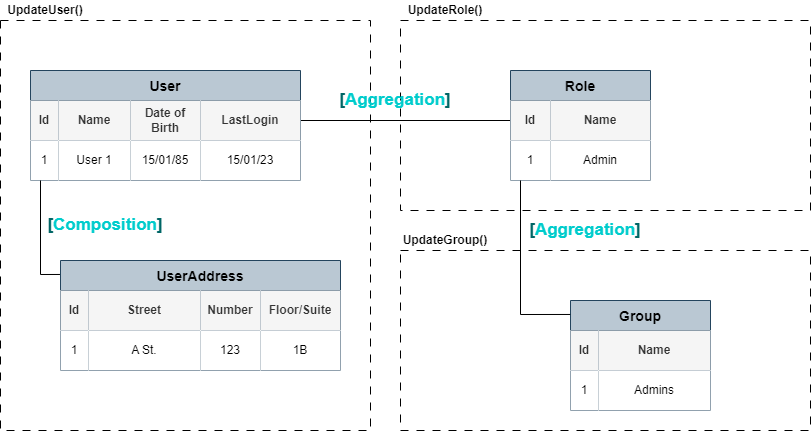
leonardoporro/Detached-Mapper keeps this draw.io diagram as docs/Associations.png. Above is the earlier version. Source tidied: cells renumbered, new cells last; positions are measured from the earlier drawing's top-left corner, leaving out a move shared by most shapes.
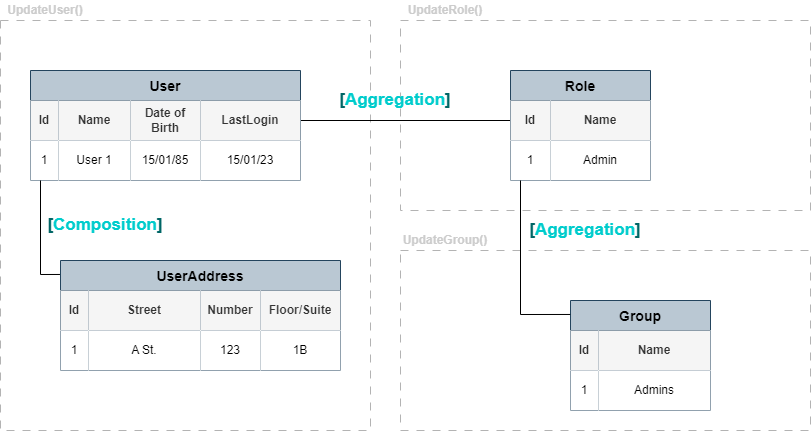
Later version of the same file.

Diff of the diagram source:
```diff
@@ -2,13 +2,13 @@
   <root>
     <mxCell id="0" />
     <mxCell id="1" parent="0" />
-    <mxCell id="2" style="rounded=0;whiteSpace=wrap;html=1;dashed=1;dashPattern=8 8;fillColor=none;" parent="1" vertex="1">
+    <mxCell id="2" style="rounded=0;whiteSpace=wrap;html=1;dashed=1;dashPattern=8 8;fillColor=none;fontColor=#CCCCCC;strokeColor=#B3B3B3;" parent="1" vertex="1">
       <mxGeometry y="20" width="370" height="410" as="geometry" />
     </mxCell>
-    <mxCell id="3" style="rounded=0;whiteSpace=wrap;html=1;dashed=1;dashPattern=8 8;fillColor=none;" parent="1" vertex="1">
+    <mxCell id="3" style="rounded=0;whiteSpace=wrap;html=1;dashed=1;dashPattern=8 8;fillColor=none;fontColor=#CCCCCC;strokeColor=#B3B3B3;" parent="1" vertex="1">
       <mxGeometry x="400" y="20" width="410" height="190" as="geometry" />
     </mxCell>
-    <mxCell id="4" style="rounded=0;whiteSpace=wrap;html=1;dashed=1;dashPattern=8 8;fillColor=none;" parent="1" vertex="1">
+    <mxCell id="4" style="rounded=0;whiteSpace=wrap;html=1;dashed=1;dashPattern=8 8;fillColor=none;fontColor=#CCCCCC;strokeColor=#B3B3B3;" parent="1" vertex="1">
       <mxGeometry x="400" y="250" width="410" height="180" as="geometry" />
     </mxCell>
     <mxCell id="5" style="edgeStyle=orthogonalEdgeStyle;rounded=0;jettySize=auto;html=1;exitX=1;exitY=0.5;exitDx=0;exitDy=0;entryX=0;entryY=0.5;entryDx=0;entryDy=0;endArrow=none;endFill=0;" parent="1" edge="1" source="7" target="30">
@@ -145,13 +145,13 @@
     <mxCell id="46" value="&lt;font style=&quot;font-size: 17px;&quot;&gt;&lt;b style=&quot;&quot;&gt;&lt;font color=&quot;#006666&quot;&gt;[&lt;/font&gt;&lt;font color=&quot;#00cccc&quot;&gt;Aggregation&lt;/font&gt;&lt;font color=&quot;#006666&quot;&gt;]&lt;/font&gt;&lt;/b&gt;&lt;/font&gt;" style="text;html=1;strokeColor=none;fillColor=none;align=center;verticalAlign=middle;whiteSpace=wrap;rounded=0;fontColor=#FAFAFA;fontSize=17;" parent="1" vertex="1">
       <mxGeometry x="530" y="210" width="110" height="40" as="geometry" />
     </mxCell>
-    <mxCell id="47" value="&lt;b&gt;UpdateUser()&lt;/b&gt;" style="rounded=0;whiteSpace=wrap;html=1;dashed=1;dashPattern=8 8;fillColor=none;strokeColor=none;" parent="1" vertex="1">
+    <mxCell id="47" value="&lt;b&gt;UpdateUser()&lt;/b&gt;" style="rounded=0;whiteSpace=wrap;html=1;dashed=1;dashPattern=8 8;fillColor=none;strokeColor=none;fontColor=#CCCCCC;" parent="1" vertex="1">
       <mxGeometry width="90" height="20" as="geometry" />
     </mxCell>
-    <mxCell id="48" value="&lt;b&gt;UpdateRole()&lt;/b&gt;" style="rounded=0;whiteSpace=wrap;html=1;dashed=1;dashPattern=8 8;fillColor=none;strokeColor=none;" parent="1" vertex="1">
+    <mxCell id="48" value="&lt;b&gt;UpdateRole()&lt;/b&gt;" style="rounded=0;whiteSpace=wrap;html=1;dashed=1;dashPattern=8 8;fillColor=none;strokeColor=none;fontColor=#CCCCCC;" parent="1" vertex="1">
       <mxGeometry x="400" width="90" height="20" as="geometry" />
     </mxCell>
-    <mxCell id="49" value="&lt;b&gt;UpdateGroup()&lt;/b&gt;" style="rounded=0;whiteSpace=wrap;html=1;dashed=1;dashPattern=8 8;fillColor=none;strokeColor=none;" parent="1" vertex="1">
+    <mxCell id="49" value="&lt;b&gt;UpdateGroup()&lt;/b&gt;" style="rounded=0;whiteSpace=wrap;html=1;dashed=1;dashPattern=8 8;fillColor=none;strokeColor=none;fontColor=#CCCCCC;" parent="1" vertex="1">
       <mxGeometry x="400" y="230" width="90" height="20" as="geometry" />
     </mxCell>
   </root>
```
